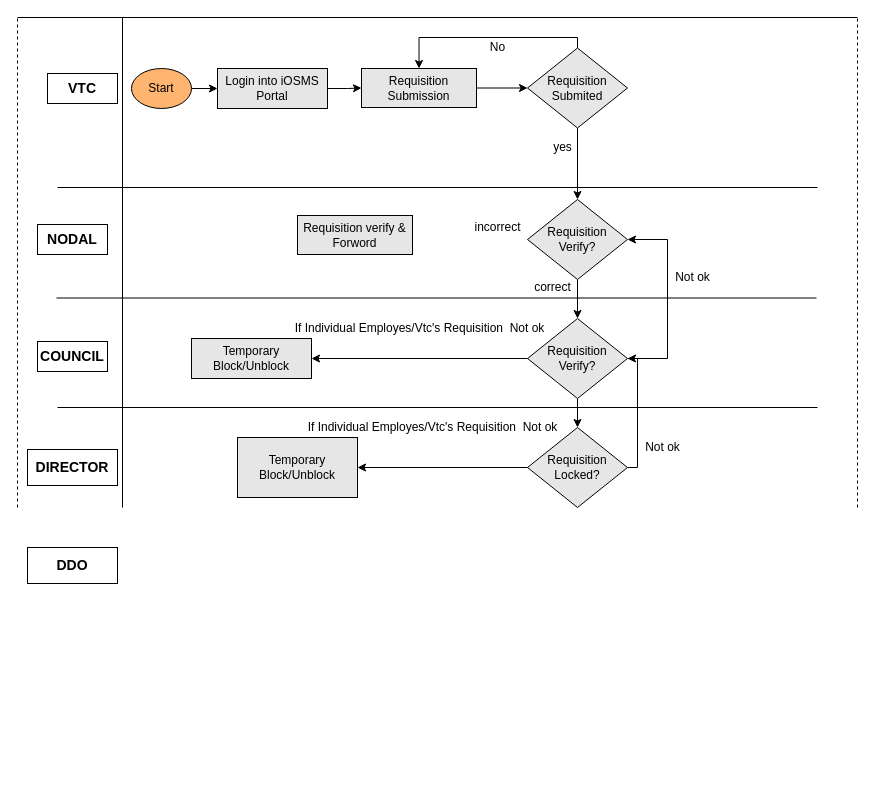
Before: requisition.drawio in sourav4371/sourav, a draw.io diagram. Source tidied: cells renumbered, new cells numbered last; positions are measured from the earlier drawing's top-left corner, leaving out a move shared by most shapes. Both pictures are drawn from the tidied source at 100%, with x=0, y=0 at pixel (17, 17).
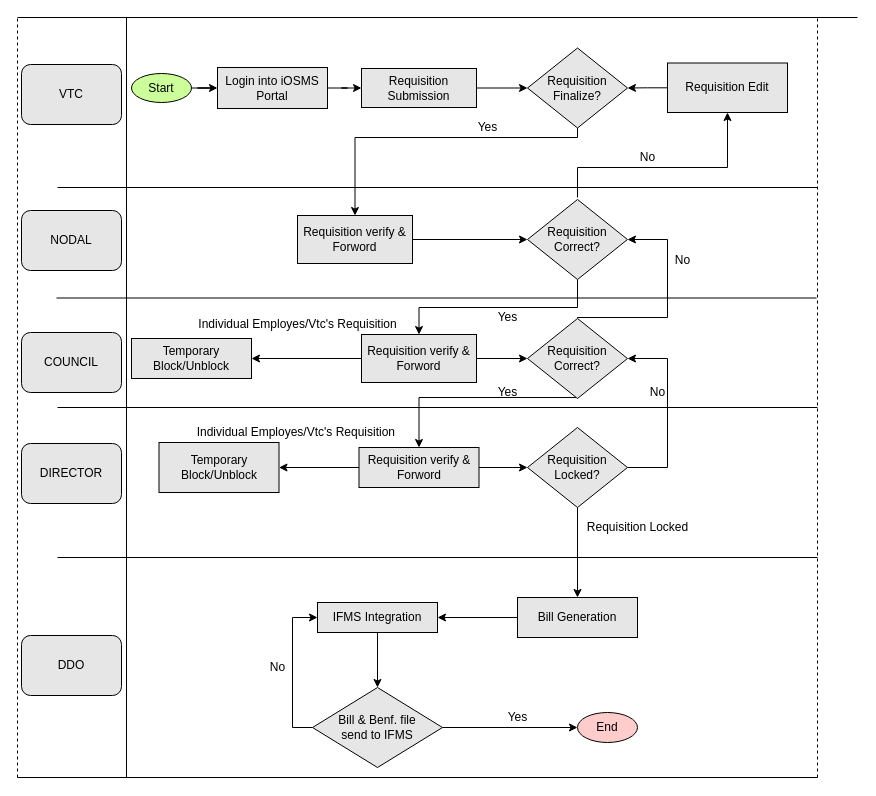
The same diagram, later.

The change refers to these unchanged cells:
```xml
<mxCell id="18" value="Requisition Submission" style="whiteSpace=wrap;html=1;rounded=0;fillColor=#E6E6E6;" parent="1" vertex="1">
  <mxGeometry x="344" y="51" width="115" height="39" as="geometry" />
</mxCell>
<mxCell id="37" value="Requisition Locked?" style="rhombus;whiteSpace=wrap;html=1;rounded=0;fillColor=#E6E6E6;" parent="1" vertex="1">
  <mxGeometry x="510" y="410" width="100" height="80" as="geometry" />
</mxCell>
```

The edit, as a diff of the source:
```diff
@@
     <mxCell id="2" style="endArrow=none;dashed=1;html=1;" parent="1" edge="1">
       <mxGeometry relative="1" as="geometry">
-        <mxPoint y="490" as="sourcePoint" />
+        <mxPoint y="760" as="sourcePoint" />
         <mxPoint as="targetPoint" />
       </mxGeometry>
     </mxCell>
     <mxCell id="3" style="endArrow=none;dashed=1;html=1;" parent="1" edge="1">
       <mxGeometry relative="1" as="geometry">
-        <mxPoint x="840" y="490" as="sourcePoint" />
-        <mxPoint x="840" as="targetPoint" />
+        <mxPoint x="800" y="760" as="sourcePoint" />
+        <mxPoint x="800" as="targetPoint" />
       </mxGeometry>
     </mxCell>
     <mxCell id="4" style="endArrow=none;html=1;" parent="1" edge="1">
       <mxGeometry relative="1" as="geometry">
-        <mxPoint x="105" y="490" as="sourcePoint" />
-        <mxPoint x="105" as="targetPoint" />
+        <mxPoint x="109" y="760" as="sourcePoint" />
+        <mxPoint x="109" as="targetPoint" />
       </mxGeometry>
     </mxCell>
@@
-    <mxCell id="9" value="&lt;b&gt;&lt;font style=&quot;font-size: 14px&quot;&gt;VTC&lt;/font&gt;&lt;/b&gt;" style="rounded=0;whiteSpace=wrap;html=1;" parent="1" vertex="1">
-      <mxGeometry x="30" y="56" width="70" height="30" as="geometry" />
-    </mxCell>
-    <mxCell id="10" value="&lt;b&gt;&lt;font style=&quot;font-size: 14px&quot;&gt;NODAL&lt;/font&gt;&lt;/b&gt;" style="rounded=0;whiteSpace=wrap;html=1;" parent="1" vertex="1">
-      <mxGeometry x="20" y="207" width="70" height="30" as="geometry" />
-    </mxCell>
-    <mxCell id="11" value="&lt;b&gt;&lt;font style=&quot;font-size: 14px&quot;&gt;COUNCIL&lt;/font&gt;&lt;/b&gt;" style="rounded=0;whiteSpace=wrap;html=1;" parent="1" vertex="1">
-      <mxGeometry x="20" y="324" width="70" height="30" as="geometry" />
-    </mxCell>
-    <mxCell id="12" value="&lt;font style=&quot;font-size: 14px&quot;&gt;&lt;b&gt;DIRECTOR&lt;/b&gt;&lt;/font&gt;" style="rounded=0;whiteSpace=wrap;html=1;" parent="1" vertex="1">
-      <mxGeometry x="10" y="432" width="90" height="36" as="geometry" />
-    </mxCell>
@@
-    <mxCell id="14" value="Start" style="ellipse;whiteSpace=wrap;html=1;fillColor=#FFB570;" parent="1" vertex="1">
-      <mxGeometry x="114" y="51" width="60" height="40" as="geometry" />
+    <mxCell id="14" value="Start" style="ellipse;whiteSpace=wrap;html=1;fillColor=#CCFF99;" parent="1" vertex="1">
+      <mxGeometry x="114" y="56" width="60" height="29" as="geometry" />
     </mxCell>
@@
     <mxCell id="16" value="Login into iOSMS Portal" style="rounded=0;whiteSpace=wrap;html=1;fillColor=#E6E6E6;" parent="1" vertex="1">
-      <mxGeometry x="200" y="51" width="110" height="40" as="geometry" />
+      <mxGeometry x="200" y="50" width="110" height="41" as="geometry" />
     </mxCell>
@@
-    <mxCell id="19" style="edgeStyle=orthogonalEdgeStyle;rounded=0;jettySize=auto;html=1;" parent="1" edge="1" source="21" target="24">
-      <mxGeometry relative="1" as="geometry" />
+    <mxCell id="19" style="edgeStyle=orthogonalEdgeStyle;rounded=0;jettySize=auto;html=1;entryX=0.5;entryY=0;entryDx=0;entryDy=0;" parent="1" edge="1" source="21" target="42">
+      <mxGeometry relative="1" as="geometry">
+        <Array as="points">
+          <mxPoint x="560" y="120" />
+          <mxPoint x="338" y="120" />
+        </Array>
+      </mxGeometry>
     </mxCell>
-    <mxCell id="20" style="edgeStyle=orthogonalEdgeStyle;rounded=0;jettySize=auto;html=1;entryX=0.5;entryY=0;entryDx=0;entryDy=0;exitX=0.5;exitY=0;exitDx=0;exitDy=0;" parent="1" edge="1" source="21" target="18">
-      <mxGeometry relative="1" as="geometry">
-        <Array as="points">
-          <mxPoint x="560" y="20" />
-          <mxPoint x="402" y="20" />
-        </Array>
-      </mxGeometry>
-    </mxCell>
-    <mxCell id="21" value="Requisition Submited" style="rhombus;whiteSpace=wrap;html=1;rounded=0;fillColor=#E6E6E6;" parent="1" vertex="1">
+    <mxCell id="21" value="Requisition Finalize?" style="rhombus;whiteSpace=wrap;html=1;rounded=0;fillColor=#E6E6E6;" parent="1" vertex="1">
       <mxGeometry x="510" y="30.5" width="100" height="80" as="geometry" />
     </mxCell>
-    <mxCell id="22" value="yes" style="text;html=1;align=center;verticalAlign=middle;" parent="1" vertex="1">
-      <mxGeometry x="530" y="120" width="30" height="20" as="geometry" />
-    </mxCell>
-    <mxCell id="23" style="edgeStyle=orthogonalEdgeStyle;rounded=0;jettySize=auto;html=1;entryX=0.5;entryY=0;entryDx=0;entryDy=0;" parent="1" edge="1" source="24" target="30">
-      <mxGeometry relative="1" as="geometry" />
-    </mxCell>
+    <mxCell id="43" style="edgeStyle=orthogonalEdgeStyle;rounded=0;jettySize=auto;html=1;entryX=0.5;entryY=0;entryDx=0;entryDy=0;" parent="1" edge="1" source="24" target="52">
+      <mxGeometry relative="1" as="geometry">
+        <Array as="points">
+          <mxPoint x="560" y="290" />
+          <mxPoint x="402" y="290" />
+        </Array>
+      </mxGeometry>
+    </mxCell>
+    <mxCell id="44" style="edgeStyle=orthogonalEdgeStyle;rounded=0;jettySize=auto;html=1;entryX=0.5;entryY=1;entryDx=0;entryDy=0;" parent="1" edge="1" target="70">
+      <mxGeometry relative="1" as="geometry">
+        <mxPoint x="560" y="180" as="sourcePoint" />
+        <Array as="points">
+          <mxPoint x="560" y="150" />
+          <mxPoint x="710" y="150" />
+        </Array>
+      </mxGeometry>
+    </mxCell>
-    <mxCell id="24" value="Requisition Verify?" style="rhombus;whiteSpace=wrap;html=1;rounded=0;fillColor=#E6E6E6;" parent="1" vertex="1">
+    <mxCell id="24" value="Requisition Correct?" style="rhombus;whiteSpace=wrap;html=1;rounded=0;fillColor=#E6E6E6;" parent="1" vertex="1">
       <mxGeometry x="510" y="182" width="100" height="80" as="geometry" />
     </mxCell>
-    <mxCell id="25" value="No" style="text;html=1;align=center;verticalAlign=middle;" parent="1" vertex="1">
-      <mxGeometry x="465" y="20" width="30" height="20" as="geometry" />
-    </mxCell>
-    <mxCell id="26" value="incorrect" style="text;html=1;align=center;verticalAlign=middle;" parent="1" vertex="1">
-      <mxGeometry x="450" y="200" width="60" height="20" as="geometry" />
-    </mxCell>
-    <mxCell id="27" style="edgeStyle=orthogonalEdgeStyle;rounded=0;jettySize=auto;html=1;entryX=1;entryY=0.5;entryDx=0;entryDy=0;exitX=1;exitY=0.5;exitDx=0;exitDy=0;" parent="1" edge="1" source="30" target="24">
+    <mxCell id="27" style="edgeStyle=orthogonalEdgeStyle;rounded=0;jettySize=auto;html=1;entryX=1;entryY=0.5;entryDx=0;entryDy=0;exitX=0.5;exitY=0;exitDx=0;exitDy=0;" parent="1" edge="1" source="30" target="24">
       <mxGeometry relative="1" as="geometry">
         <Array as="points">
-          <mxPoint x="650" y="341" />
+          <mxPoint x="560" y="300" />
+          <mxPoint x="650" y="300" />
           <mxPoint x="650" y="222" />
         </Array>
       </mxGeometry>
     </mxCell>
-    <mxCell id="28" style="edgeStyle=orthogonalEdgeStyle;rounded=0;jettySize=auto;html=1;" parent="1" edge="1" source="30" target="32">
-      <mxGeometry relative="1" as="geometry" />
-    </mxCell>
-    <mxCell id="29" style="edgeStyle=orthogonalEdgeStyle;rounded=0;jettySize=auto;html=1;" parent="1" edge="1" source="30" target="37">
-      <mxGeometry relative="1" as="geometry" />
+    <mxCell id="29" style="edgeStyle=orthogonalEdgeStyle;rounded=0;jettySize=auto;html=1;entryX=0.5;entryY=0;entryDx=0;entryDy=0;" parent="1" edge="1" source="30" target="39">
+      <mxGeometry relative="1" as="geometry">
+        <Array as="points">
+          <mxPoint x="402" y="380" />
+        </Array>
+      </mxGeometry>
     </mxCell>
-    <mxCell id="30" value="Requisition Verify?" style="rhombus;whiteSpace=wrap;html=1;rounded=0;fillColor=#E6E6E6;" parent="1" vertex="1">
+    <mxCell id="30" value="Requisition Correct?" style="rhombus;whiteSpace=wrap;html=1;rounded=0;fillColor=#E6E6E6;" parent="1" vertex="1">
       <mxGeometry x="510" y="301" width="100" height="80" as="geometry" />
     </mxCell>
-    <mxCell id="31" value="correct" style="text;html=1;align=center;verticalAlign=middle;" parent="1" vertex="1">
-      <mxGeometry x="510" y="260" width="50" height="20" as="geometry" />
-    </mxCell>
     <mxCell id="32" value="Temporary Block/Unblock" style="whiteSpace=wrap;html=1;rounded=0;fillColor=#E6E6E6;" parent="1" vertex="1">
-      <mxGeometry x="174" y="321" width="120" height="40" as="geometry" />
+      <mxGeometry x="114" y="321" width="120" height="40" as="geometry" />
     </mxCell>
-    <mxCell id="33" value="If Individual Employes/Vtc's Requisition&amp;nbsp; Not ok" style="text;html=1;align=center;verticalAlign=middle;" parent="1" vertex="1">
-      <mxGeometry x="266.5" y="301" width="270" height="20" as="geometry" />
+    <mxCell id="33" value="&amp;nbsp;Individual Employes/Vtc's Requisition&amp;nbsp; " style="text;html=1;align=center;verticalAlign=middle;" parent="1" vertex="1">
+      <mxGeometry x="165" y="297" width="230" height="20" as="geometry" />
     </mxCell>
-    <mxCell id="34" value="Not ok" style="text;html=1;align=center;verticalAlign=middle;" parent="1" vertex="1">
-      <mxGeometry x="650" y="250" width="50" height="20" as="geometry" />
+    <mxCell id="34" value="No" style="text;html=1;align=center;verticalAlign=middle;" parent="1" vertex="1">
+      <mxGeometry x="650" y="233" width="30" height="20" as="geometry" />
     </mxCell>
-    <mxCell id="35" style="edgeStyle=orthogonalEdgeStyle;rounded=0;jettySize=auto;html=1;entryX=1;entryY=0.5;entryDx=0;entryDy=0;exitX=1;exitY=0.5;exitDx=0;exitDy=0;" parent="1" edge="1" source="37" target="30">
+    <mxCell id="35" style="edgeStyle=orthogonalEdgeStyle;rounded=0;jettySize=auto;html=1;exitX=1;exitY=0.5;exitDx=0;exitDy=0;" parent="1" edge="1" source="37" target="30">
       <mxGeometry relative="1" as="geometry">
         <Array as="points">
-          <mxPoint x="620" y="450" />
-          <mxPoint x="620" y="341" />
+          <mxPoint x="650" y="450" />
+          <mxPoint x="650" y="341" />
         </Array>
       </mxGeometry>
     </mxCell>
-    <mxCell id="36" style="edgeStyle=orthogonalEdgeStyle;rounded=0;jettySize=auto;html=1;" parent="1" edge="1" source="37" target="39">
-      <mxGeometry relative="1" as="geometry" />
-    </mxCell>
+    <mxCell id="45" style="edgeStyle=orthogonalEdgeStyle;rounded=0;jettySize=auto;html=1;" parent="1" edge="1" source="37" target="58">
+      <mxGeometry relative="1" as="geometry" />
+    </mxCell>
@@
-    <mxCell id="38" value="Not ok" style="text;html=1;align=center;verticalAlign=middle;" parent="1" vertex="1">
-      <mxGeometry x="620" y="420" width="50" height="20" as="geometry" />
+    <mxCell id="38" value="No" style="text;html=1;align=center;verticalAlign=middle;" parent="1" vertex="1">
+      <mxGeometry x="625" y="365" width="30" height="20" as="geometry" />
     </mxCell>
+    <mxCell id="46" style="edgeStyle=orthogonalEdgeStyle;rounded=0;jettySize=auto;html=1;" parent="1" edge="1" source="39" target="55">
+      <mxGeometry relative="1" as="geometry" />
+    </mxCell>
+    <mxCell id="47" style="edgeStyle=orthogonalEdgeStyle;rounded=0;jettySize=auto;html=1;" parent="1" edge="1" source="39" target="37">
+      <mxGeometry relative="1" as="geometry" />
+    </mxCell>
-    <mxCell id="39" value="Temporary Block/Unblock" style="whiteSpace=wrap;html=1;rounded=0;fillColor=#E6E6E6;" parent="1" vertex="1">
-      <mxGeometry x="220" y="420" width="120" height="60" as="geometry" />
+    <mxCell id="39" value="Requisition verify &amp;amp; Forword" style="whiteSpace=wrap;html=1;rounded=0;fillColor=#E6E6E6;" parent="1" vertex="1">
+      <mxGeometry x="341.5" y="430" width="120" height="40" as="geometry" />
     </mxCell>
-    <mxCell id="40" value="If Individual Employes/Vtc's Requisition&amp;nbsp; Not ok" style="text;html=1;align=center;verticalAlign=middle;" parent="1" vertex="1">
-      <mxGeometry x="280" y="400" width="270" height="20" as="geometry" />
-    </mxCell>
+    <mxCell id="48" style="edgeStyle=orthogonalEdgeStyle;rounded=0;jettySize=auto;html=1;" parent="1" edge="1" source="42" target="24">
+      <mxGeometry relative="1" as="geometry" />
+    </mxCell>
+    <mxCell id="42" value="Requisition verify &amp;amp; Forword" style="whiteSpace=wrap;html=1;rounded=0;fillColor=#E6E6E6;" parent="1" vertex="1">
+      <mxGeometry x="280" y="198" width="115" height="48" as="geometry" />
+    </mxCell>
+    <mxCell id="49" value="Yes" style="text;html=1;align=center;verticalAlign=middle;" parent="1" vertex="1">
+      <mxGeometry x="450" y="100" width="40" height="20" as="geometry" />
+    </mxCell>
+    <mxCell id="50" style="edgeStyle=orthogonalEdgeStyle;rounded=0;jettySize=auto;html=1;" parent="1" edge="1" source="52" target="30">
+      <mxGeometry relative="1" as="geometry" />
+    </mxCell>
+    <mxCell id="51" style="edgeStyle=orthogonalEdgeStyle;rounded=0;jettySize=auto;html=1;" parent="1" edge="1" source="52" target="32">
+      <mxGeometry relative="1" as="geometry" />
+    </mxCell>
+    <mxCell id="52" value="Requisition verify &amp;amp; Forword" style="whiteSpace=wrap;html=1;rounded=0;fillColor=#E6E6E6;" parent="1" vertex="1">
+      <mxGeometry x="344" y="317" width="115" height="48" as="geometry" />
+    </mxCell>
+    <mxCell id="53" value="Yes" style="text;html=1;align=center;verticalAlign=middle;" parent="1" vertex="1">
+      <mxGeometry x="470" y="290" width="40" height="20" as="geometry" />
+    </mxCell>
+    <mxCell id="54" value="Yes" style="text;html=1;align=center;verticalAlign=middle;" parent="1" vertex="1">
+      <mxGeometry x="470" y="365" width="40" height="20" as="geometry" />
+    </mxCell>
+    <mxCell id="55" value="Temporary Block/Unblock" style="whiteSpace=wrap;html=1;rounded=0;fillColor=#E6E6E6;" parent="1" vertex="1">
+      <mxGeometry x="141.5" y="425" width="120" height="50" as="geometry" />
+    </mxCell>
+    <mxCell id="56" value="Individual Employes/Vtc's Requisition&amp;nbsp; " style="text;html=1;align=center;verticalAlign=middle;" parent="1" vertex="1">
+      <mxGeometry x="170" y="405" width="220" height="20" as="geometry" />
+    </mxCell>
+    <mxCell id="57" style="edgeStyle=orthogonalEdgeStyle;rounded=0;jettySize=auto;html=1;" parent="1" edge="1" source="58" target="60">
+      <mxGeometry relative="1" as="geometry" />
+    </mxCell>
+    <mxCell id="58" value="Bill Generation" style="whiteSpace=wrap;html=1;rounded=0;fillColor=#E6E6E6;" parent="1" vertex="1">
+      <mxGeometry x="500" y="580" width="120" height="40" as="geometry" />
+    </mxCell>
+    <mxCell id="59" style="edgeStyle=orthogonalEdgeStyle;rounded=0;jettySize=auto;html=1;" parent="1" edge="1" source="60" target="63">
+      <mxGeometry relative="1" as="geometry" />
+    </mxCell>
+    <mxCell id="60" value="IFMS Integration" style="whiteSpace=wrap;html=1;rounded=0;fillColor=#E6E6E6;" parent="1" vertex="1">
+      <mxGeometry x="300" y="585" width="120" height="30" as="geometry" />
+    </mxCell>
+    <mxCell id="61" style="edgeStyle=orthogonalEdgeStyle;rounded=0;jettySize=auto;html=1;" parent="1" edge="1" source="63" target="64">
+      <mxGeometry relative="1" as="geometry" />
+    </mxCell>
+    <mxCell id="62" style="edgeStyle=orthogonalEdgeStyle;rounded=0;jettySize=auto;html=1;exitX=0;exitY=0.5;exitDx=0;exitDy=0;entryX=0;entryY=0.5;entryDx=0;entryDy=0;" parent="1" edge="1" source="63" target="60">
+      <mxGeometry relative="1" as="geometry" />
+    </mxCell>
+    <mxCell id="63" value="&lt;div&gt;Bill &amp;amp; Benf. file &lt;br&gt;&lt;/div&gt;&lt;div&gt;send to IFMS&lt;/div&gt;" style="rhombus;whiteSpace=wrap;html=1;rounded=0;fillColor=#E6E6E6;" parent="1" vertex="1">
+      <mxGeometry x="295" y="670" width="130" height="80" as="geometry" />
+    </mxCell>
+    <mxCell id="64" value="End" style="ellipse;whiteSpace=wrap;html=1;rounded=0;fillColor=#FFCCCC;" parent="1" vertex="1">
+      <mxGeometry x="560" y="695" width="60" height="30" as="geometry" />
+    </mxCell>
+    <mxCell id="65" value="Yes" style="text;html=1;align=center;verticalAlign=middle;" parent="1" vertex="1">
+      <mxGeometry x="480" y="690" width="40" height="20" as="geometry" />
+    </mxCell>
+    <mxCell id="66" value="No" style="text;html=1;align=center;verticalAlign=middle;" parent="1" vertex="1">
+      <mxGeometry x="245" y="640" width="30" height="20" as="geometry" />
+    </mxCell>
+    <mxCell id="67" style="endArrow=none;html=1;" parent="1" edge="1">
+      <mxGeometry relative="1" as="geometry">
+        <mxPoint x="40" y="540" as="sourcePoint" />
+        <mxPoint x="800" y="540" as="targetPoint" />
+      </mxGeometry>
+    </mxCell>
+    <mxCell id="68" style="endArrow=none;html=1;" parent="1" edge="1">
+      <mxGeometry relative="1" as="geometry">
+        <mxPoint y="760" as="sourcePoint" />
+        <mxPoint x="800" y="760" as="targetPoint" />
+      </mxGeometry>
+    </mxCell>
+    <mxCell id="10" value="NODAL" style="rounded=1;whiteSpace=wrap;html=1;fillColor=#E6E6E6;" parent="1" vertex="1">
+      <mxGeometry x="4" y="193" width="100" height="60" as="geometry" />
+    </mxCell>
+    <mxCell id="11" value="COUNCIL" style="rounded=1;whiteSpace=wrap;html=1;fillColor=#E6E6E6;" parent="1" vertex="1">
+      <mxGeometry x="4" y="315" width="100" height="60" as="geometry" />
+    </mxCell>
+    <mxCell id="12" value="DIRECTOR" style="rounded=1;whiteSpace=wrap;html=1;fillColor=#E6E6E6;" parent="1" vertex="1">
+      <mxGeometry x="4" y="426" width="100" height="60" as="geometry" />
+    </mxCell>
-    <mxCell id="41" value="&lt;font style=&quot;font-size: 14px&quot;&gt;&lt;b&gt;DDO&lt;/b&gt;&lt;/font&gt;" style="rounded=0;whiteSpace=wrap;html=1;" parent="1" vertex="1">
-      <mxGeometry x="10" y="530" width="90" height="36" as="geometry" />
+    <mxCell id="41" value="DDO" style="rounded=1;whiteSpace=wrap;html=1;fillColor=#E6E6E6;" parent="1" vertex="1">
+      <mxGeometry x="4" y="618" width="100" height="60" as="geometry" />
     </mxCell>
-    <mxCell id="42" value="Requisition verify &amp;amp; Forword" style="whiteSpace=wrap;html=1;rounded=0;fillColor=#E6E6E6;" parent="1" vertex="1">
-      <mxGeometry x="280" y="198" width="115" height="39" as="geometry" />
-    </mxCell>
+    <mxCell id="9" value="VTC" style="rounded=1;whiteSpace=wrap;html=1;fillColor=#E6E6E6;" parent="1" vertex="1">
+      <mxGeometry x="4" y="47" width="100" height="60" as="geometry" />
+    </mxCell>
+    <mxCell id="69" style="edgeStyle=orthogonalEdgeStyle;rounded=0;jettySize=auto;html=1;" parent="1" edge="1" source="70" target="21">
+      <mxGeometry relative="1" as="geometry" />
+    </mxCell>
+    <mxCell id="70" value="Requisition Edit" style="whiteSpace=wrap;html=1;rounded=0;fillColor=#E6E6E6;" parent="1" vertex="1">
+      <mxGeometry x="650" y="45.5" width="120" height="49.5" as="geometry" />
+    </mxCell>
+    <mxCell id="71" value="No" style="text;html=1;align=center;verticalAlign=middle;" parent="1" vertex="1">
+      <mxGeometry x="615" y="130" width="30" height="20" as="geometry" />
+    </mxCell>
+    <mxCell id="72" value="Requisition Locked" style="text;html=1;align=center;verticalAlign=middle;" parent="1" vertex="1">
+      <mxGeometry x="560" y="500" width="120" height="20" as="geometry" />
+    </mxCell>
```
